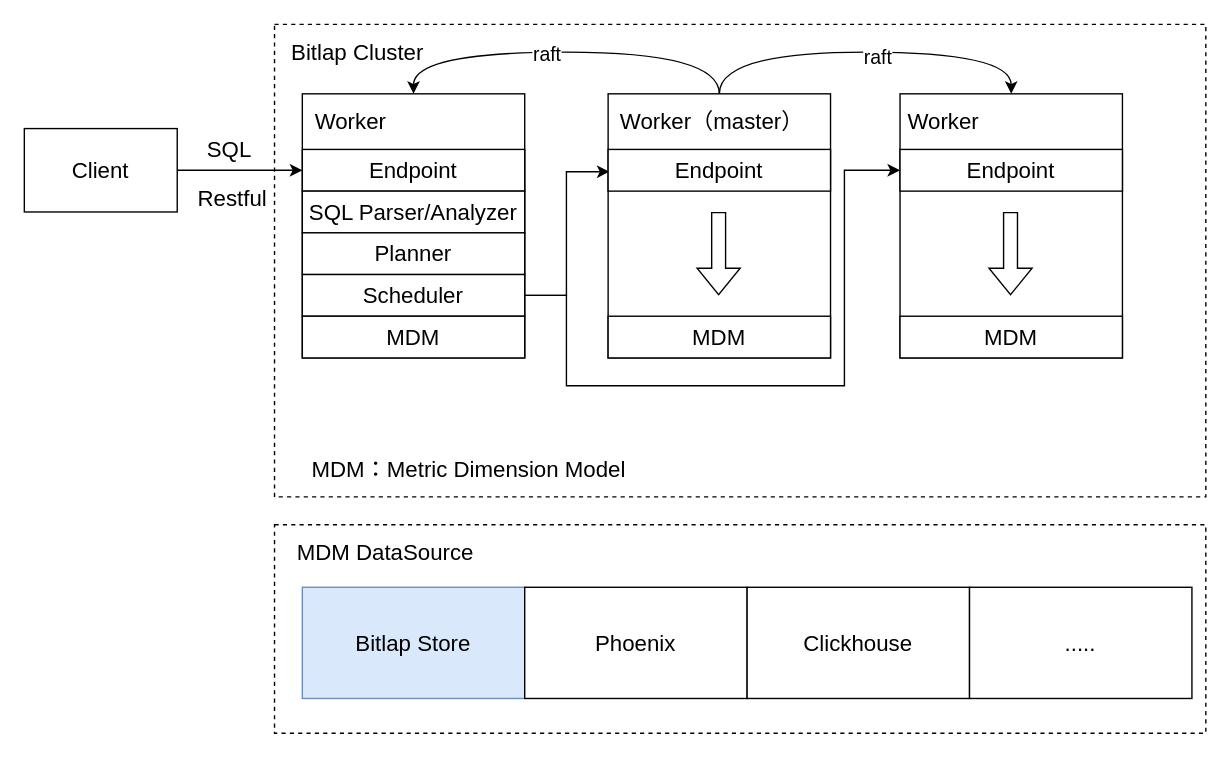
IceMimosa/drawio keeps this draw.io diagram as 2021-06-09.drawio. Above is the earlier version. Source tidied: cells renumbered, new cells numbered last; positions are measured from the earlier drawing's top-left corner, leaving out a move shared by most shapes. Both pictures are drawn from the tidied source at 139%, with x=0, y=0 at pixel (24, 24).
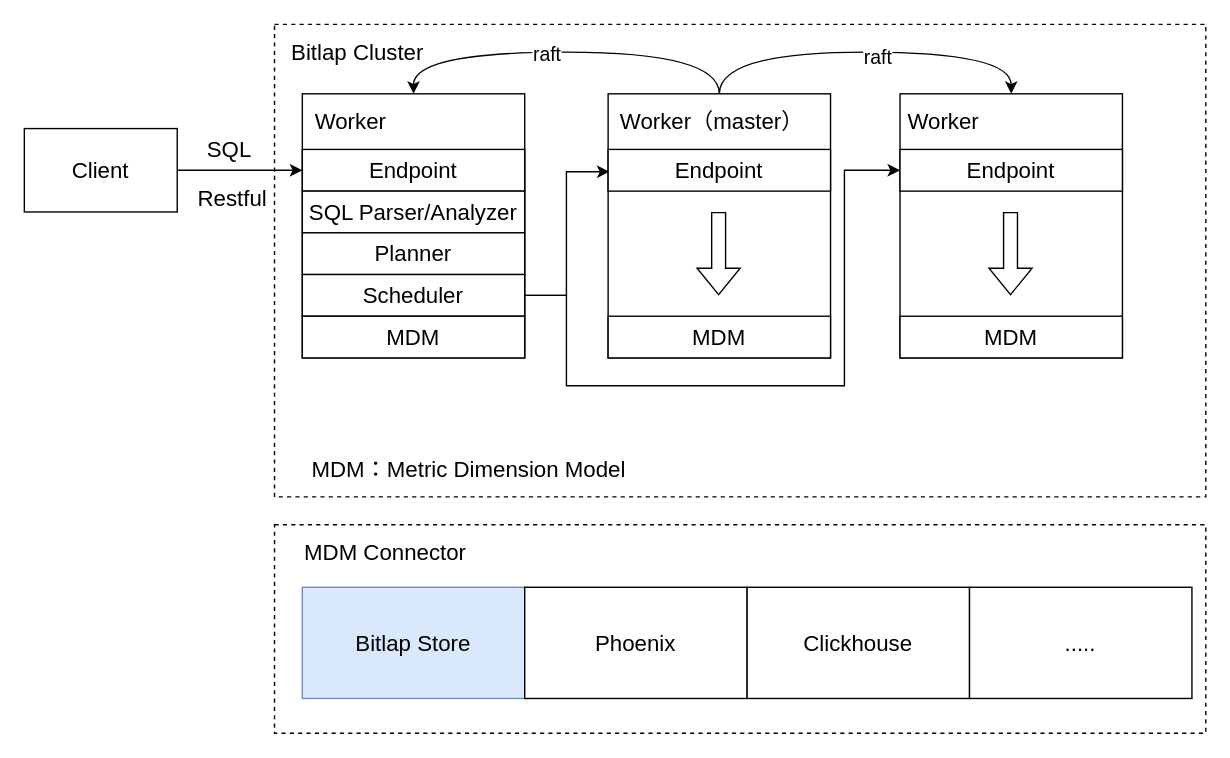
The same page after the edit.

The edit, as a diff of the source:
```diff
@@
-    <mxCell id="36" value="MDM DataSource" style="text;html=1;strokeColor=none;fillColor=none;align=center;verticalAlign=middle;whiteSpace=wrap;rounded=0;dashed=1;fontSize=16;" parent="1" vertex="1">
+    <mxCell id="36" value="MDM Connector" style="text;html=1;strokeColor=none;fillColor=none;align=center;verticalAlign=middle;whiteSpace=wrap;rounded=0;dashed=1;fontSize=16;" parent="1" vertex="1">
       <mxGeometry x="180" y="370" width="160" height="20" as="geometry" />
     </mxCell>
```
